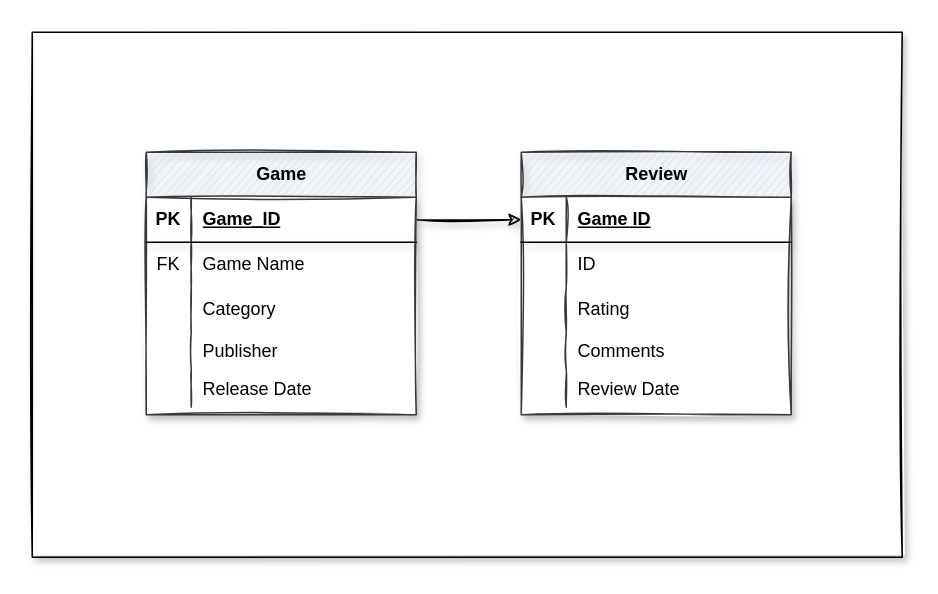
Above: Appendix/Untitled Diagram.drawio in S1cca/Project_QA (draw.io), before the change. Source tidied: cells renumbered, new cells numbered last; positions are measured from the earlier drawing's top-left corner, leaving out a move shared by most shapes. Both pictures are drawn from the tidied source at 150%, with x=0, y=0 at pixel (32, 32).
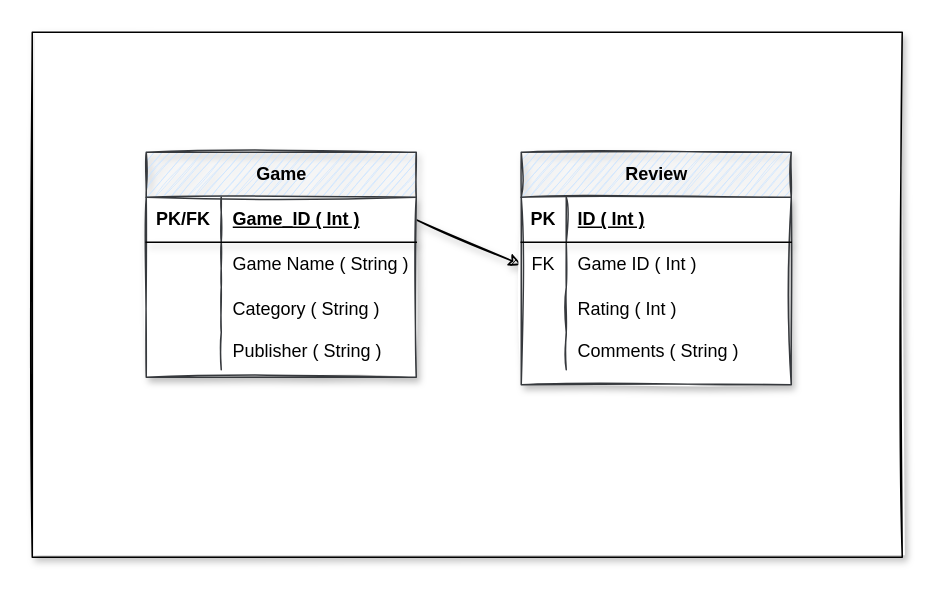
Above is the later version.

Unchanged cells that the change refers to:
```xml
<mxCell id="5" style="shape=tableRow;horizontal=0;startSize=0;swimlaneHead=0;swimlaneBody=0;fillColor=none;points=[[0,0.5],[1,0.5]];portConstraint=eastwest;top=0;left=0;right=0;bottom=1;shadow=1;labelBackgroundColor=none;labelBorderColor=none;fontColor=default;strokeColor=default;html=1;" parent="4" vertex="1">
  <mxGeometry y="30" width="180" height="30" as="geometry" />
</mxCell>
<mxCell id="8" style="shape=tableRow;horizontal=0;startSize=0;swimlaneHead=0;swimlaneBody=0;fillColor=none;top=0;left=0;right=0;bottom=0;shadow=1;labelBackgroundColor=none;labelBorderColor=none;fontColor=default;strokeColor=default;html=1;" parent="4" vertex="1">
  <mxGeometry y="60" width="180" height="30" as="geometry" />
</mxCell>
<mxCell id="11" style="shape=tableRow;horizontal=0;startSize=0;swimlaneHead=0;swimlaneBody=0;fillColor=none;top=0;left=0;right=0;bottom=0;shadow=1;labelBackgroundColor=none;labelBorderColor=none;fontColor=default;strokeColor=default;html=1;rounded=0;sketch=0;swimlaneFillColor=none;" parent="4" vertex="1">
  <mxGeometry y="90" width="180" height="30" as="geometry" />
</mxCell>
<mxCell id="14" style="shape=tableRow;horizontal=0;startSize=0;swimlaneHead=0;swimlaneBody=0;fillColor=none;top=0;left=0;right=0;bottom=0;shadow=1;labelBackgroundColor=none;labelBorderColor=none;fontColor=default;strokeColor=default;html=1;" parent="4" vertex="1">
  <mxGeometry y="120" width="180" height="25" as="geometry" />
</mxCell>
<mxCell id="21" style="shape=tableRow;horizontal=0;startSize=0;swimlaneHead=0;swimlaneBody=0;fillColor=none;points=[[0,0.5],[1,0.5]];portConstraint=eastwest;top=0;left=0;right=0;bottom=1;shadow=1;labelBackgroundColor=none;labelBorderColor=none;fontColor=default;strokeColor=default;html=1;" parent="20" vertex="1">
  <mxGeometry y="30" width="180" height="30" as="geometry" />
</mxCell>
<mxCell id="24" style="shape=tableRow;horizontal=0;startSize=0;swimlaneHead=0;swimlaneBody=0;fillColor=none;points=[[0,0.5],[1,0.5]];portConstraint=eastwest;top=0;left=0;right=0;bottom=0;shadow=1;labelBackgroundColor=none;labelBorderColor=none;fontColor=default;strokeColor=default;html=1;" parent="20" vertex="1">
  <mxGeometry y="60" width="180" height="30" as="geometry" />
</mxCell>
<mxCell id="27" style="shape=tableRow;horizontal=0;startSize=0;swimlaneHead=0;swimlaneBody=0;fillColor=none;top=0;left=0;right=0;bottom=0;shadow=1;labelBackgroundColor=none;labelBorderColor=none;fontColor=default;strokeColor=default;html=1;rounded=0;sketch=0;swimlaneFillColor=none;" parent="20" vertex="1">
  <mxGeometry y="90" width="180" height="30" as="geometry" />
</mxCell>
<mxCell id="30" style="shape=tableRow;horizontal=0;startSize=0;swimlaneHead=0;swimlaneBody=0;fillColor=none;top=0;left=0;right=0;bottom=0;shadow=1;labelBackgroundColor=none;labelBorderColor=none;fontColor=default;strokeColor=default;html=1;" parent="20" vertex="1">
  <mxGeometry y="120" width="180" height="25" as="geometry" />
</mxCell>
```

What changed in the source:
```diff
@@
-    <mxCell id="3" style="endArrow=classic;rounded=0;exitX=1;exitY=0.5;exitDx=0;exitDy=0;entryX=0;entryY=0.5;entryDx=0;entryDy=0;sketch=1;shadow=1;labelBackgroundColor=none;labelBorderColor=none;fontColor=default;verticalAlign=middle;html=1;snapToPoint=0;swimlaneLine=1;" parent="1" edge="1" source="5" target="21">
+    <mxCell id="3" style="endArrow=classic;rounded=0;exitX=1;exitY=0.5;exitDx=0;exitDy=0;entryX=0;entryY=0.5;entryDx=0;entryDy=0;sketch=1;shadow=1;labelBackgroundColor=none;labelBorderColor=none;fontColor=default;verticalAlign=middle;html=1;snapToPoint=0;swimlaneLine=1;" parent="1" edge="1" source="5" target="24">
       <mxGeometry relative="1" as="geometry" />
     </mxCell>
     <mxCell id="4" value="Game" style="shape=table;startSize=30;childLayout=tableLayout;rowLines=0;fontStyle=1;align=center;shadow=1;labelBackgroundColor=none;labelBorderColor=none;strokeColor=#36393d;fillColor=#cce5ff;html=1;swimlaneFillColor=default;sketch=1;" parent="1" vertex="1">
-      <mxGeometry x="76" y="80" width="180" height="175" as="geometry" />
+      <mxGeometry x="76" y="80" width="180" height="150" as="geometry" />
     </mxCell>
@@
-    <mxCell id="6" value="PK" style="shape=partialRectangle;fillColor=none;top=0;left=0;bottom=0;right=0;fontStyle=1;overflow=hidden;shadow=1;labelBackgroundColor=none;labelBorderColor=none;fontColor=default;strokeColor=default;html=1;" parent="5" vertex="1">
-      <mxGeometry width="30" height="30" as="geometry" />
+    <mxCell id="6" value="PK/FK" style="shape=partialRectangle;fillColor=none;top=0;left=0;bottom=0;right=0;fontStyle=1;overflow=hidden;shadow=1;labelBackgroundColor=none;labelBorderColor=none;fontColor=default;strokeColor=default;html=1;" parent="5" vertex="1">
+      <mxGeometry width="50" height="30" as="geometry" />
     </mxCell>
-    <mxCell id="7" value="Game_ID" style="shape=partialRectangle;fillColor=none;top=0;left=0;bottom=0;right=0;align=left;spacingLeft=6;fontStyle=5;overflow=hidden;shadow=1;labelBackgroundColor=none;labelBorderColor=none;fontColor=default;strokeColor=default;html=1;" parent="5" vertex="1">
-      <mxGeometry x="30" width="150" height="30" as="geometry" />
+    <mxCell id="7" value="Game_ID ( Int )" style="shape=partialRectangle;fillColor=none;top=0;left=0;bottom=0;right=0;align=left;spacingLeft=6;fontStyle=5;overflow=hidden;shadow=1;labelBackgroundColor=none;labelBorderColor=none;fontColor=default;strokeColor=default;html=1;" parent="5" vertex="1">
+      <mxGeometry x="50" width="130" height="30" as="geometry" />
     </mxCell>
@@
-    <mxCell id="9" value="FK" style="shape=partialRectangle;fillColor=none;top=0;left=0;bottom=0;right=0;overflow=hidden;shadow=1;labelBackgroundColor=none;labelBorderColor=none;fontColor=default;strokeColor=default;html=1;" parent="8" vertex="1">
-      <mxGeometry width="30" height="30" as="geometry" />
+    <mxCell id="9" style="shape=partialRectangle;fillColor=none;top=0;left=0;bottom=0;right=0;overflow=hidden;shadow=1;labelBackgroundColor=none;labelBorderColor=none;fontColor=default;strokeColor=default;html=1;" parent="8" vertex="1">
+      <mxGeometry width="50" height="30" as="geometry" />
     </mxCell>
-    <mxCell id="10" value="Game Name" style="shape=partialRectangle;fillColor=none;top=0;left=0;bottom=0;right=0;align=left;spacingLeft=6;overflow=hidden;shadow=1;labelBackgroundColor=none;labelBorderColor=none;fontColor=default;strokeColor=default;html=1;" parent="8" vertex="1">
-      <mxGeometry x="30" width="150" height="30" as="geometry" />
+    <mxCell id="10" value="Game Name ( String )" style="shape=partialRectangle;fillColor=none;top=0;left=0;bottom=0;right=0;align=left;spacingLeft=6;overflow=hidden;shadow=1;labelBackgroundColor=none;labelBorderColor=none;fontColor=default;strokeColor=default;html=1;" parent="8" vertex="1">
+      <mxGeometry x="50" width="130" height="30" as="geometry" />
     </mxCell>
@@
     <mxCell id="12" style="shape=partialRectangle;fillColor=none;top=0;left=0;bottom=0;right=0;overflow=hidden;shadow=1;labelBackgroundColor=none;labelBorderColor=none;fontColor=default;strokeColor=default;html=1;" parent="11" vertex="1">
-      <mxGeometry width="30" height="30" as="geometry" />
+      <mxGeometry width="50" height="30" as="geometry" />
     </mxCell>
-    <mxCell id="13" value="Category" style="shape=partialRectangle;fillColor=none;top=0;left=0;bottom=0;right=0;align=left;spacingLeft=6;overflow=hidden;shadow=1;labelBackgroundColor=none;labelBorderColor=none;fontColor=default;strokeColor=default;html=1;" parent="11" vertex="1">
-      <mxGeometry x="30" width="150" height="30" as="geometry" />
+    <mxCell id="13" value="Category ( String )" style="shape=partialRectangle;fillColor=none;top=0;left=0;bottom=0;right=0;align=left;spacingLeft=6;overflow=hidden;shadow=1;labelBackgroundColor=none;labelBorderColor=none;fontColor=default;strokeColor=default;html=1;" parent="11" vertex="1">
+      <mxGeometry x="50" width="130" height="30" as="geometry" />
     </mxCell>
@@
     <mxCell id="15" style="shape=partialRectangle;fillColor=none;top=0;left=0;bottom=0;right=0;overflow=hidden;shadow=1;labelBackgroundColor=none;labelBorderColor=none;fontColor=default;strokeColor=default;html=1;" parent="14" vertex="1">
-      <mxGeometry width="30" height="25" as="geometry" />
+      <mxGeometry width="50" height="25" as="geometry" />
     </mxCell>
-    <mxCell id="16" value="Publisher" style="shape=partialRectangle;fillColor=none;top=0;left=0;bottom=0;right=0;align=left;spacingLeft=6;overflow=hidden;shadow=1;labelBackgroundColor=none;labelBorderColor=none;fontColor=default;strokeColor=default;html=1;" parent="14" vertex="1">
-      <mxGeometry x="30" width="150" height="25" as="geometry" />
+    <mxCell id="16" value="Publisher ( String )" style="shape=partialRectangle;fillColor=none;top=0;left=0;bottom=0;right=0;align=left;spacingLeft=6;overflow=hidden;shadow=1;labelBackgroundColor=none;labelBorderColor=none;fontColor=default;strokeColor=default;html=1;" parent="14" vertex="1">
+      <mxGeometry x="50" width="130" height="25" as="geometry" />
     </mxCell>
-    <mxCell id="17" style="shape=tableRow;horizontal=0;startSize=0;swimlaneHead=0;swimlaneBody=0;fillColor=none;top=0;left=0;right=0;bottom=0;shadow=1;labelBackgroundColor=none;labelBorderColor=none;fontColor=default;strokeColor=default;html=1;" parent="4" vertex="1">
-      <mxGeometry y="145" width="180" height="25" as="geometry" />
-    </mxCell>
-    <mxCell id="18" style="shape=partialRectangle;fillColor=none;top=0;left=0;bottom=0;right=0;overflow=hidden;shadow=1;labelBackgroundColor=none;labelBorderColor=none;fontColor=default;strokeColor=default;html=1;" parent="17" vertex="1">
-      <mxGeometry width="30" height="25" as="geometry" />
-    </mxCell>
-    <mxCell id="19" value="Release Date" style="shape=partialRectangle;fillColor=none;top=0;left=0;bottom=0;right=0;align=left;spacingLeft=6;overflow=hidden;shadow=1;labelBackgroundColor=none;labelBorderColor=none;fontColor=default;strokeColor=default;html=1;" parent="17" vertex="1">
-      <mxGeometry x="30" width="150" height="25" as="geometry" />
-    </mxCell>
     <mxCell id="20" value="Review" style="shape=table;startSize=30;childLayout=tableLayout;rowLines=0;fontStyle=1;align=center;shadow=1;labelBackgroundColor=none;labelBorderColor=none;strokeColor=#36393d;fillColor=#cce5ff;html=1;swimlaneFillColor=default;sketch=1;" parent="1" vertex="1">
-      <mxGeometry x="326" y="80" width="180" height="175" as="geometry" />
+      <mxGeometry x="326" y="80" width="180" height="155" as="geometry" />
     </mxCell>
@@
-    <mxCell id="23" value="Game ID" style="shape=partialRectangle;fillColor=none;top=0;left=0;bottom=0;right=0;align=left;spacingLeft=6;fontStyle=5;overflow=hidden;shadow=1;labelBackgroundColor=none;labelBorderColor=none;fontColor=default;strokeColor=default;html=1;" parent="21" vertex="1">
+    <mxCell id="23" value="ID ( Int )" style="shape=partialRectangle;fillColor=none;top=0;left=0;bottom=0;right=0;align=left;spacingLeft=6;fontStyle=5;overflow=hidden;shadow=1;labelBackgroundColor=none;labelBorderColor=none;fontColor=default;strokeColor=default;html=1;" parent="21" vertex="1">
       <mxGeometry x="30" width="150" height="30" as="geometry" />
     </mxCell>
@@
-    <mxCell id="25" style="shape=partialRectangle;fillColor=none;top=0;left=0;bottom=0;right=0;overflow=hidden;shadow=1;labelBackgroundColor=none;labelBorderColor=none;fontColor=default;strokeColor=default;html=1;sketch=1;" parent="24" vertex="1">
+    <mxCell id="25" value="FK" style="shape=partialRectangle;fillColor=none;top=0;left=0;bottom=0;right=0;overflow=hidden;shadow=1;labelBackgroundColor=none;labelBorderColor=none;fontColor=default;strokeColor=default;html=1;sketch=1;" parent="24" vertex="1">
       <mxGeometry width="30" height="30" as="geometry" />
     </mxCell>
-    <mxCell id="26" value="ID&amp;nbsp;" style="shape=partialRectangle;fillColor=none;top=0;left=0;bottom=0;right=0;align=left;spacingLeft=6;overflow=hidden;shadow=1;labelBackgroundColor=none;labelBorderColor=none;fontColor=default;strokeColor=default;html=1;" parent="24" vertex="1">
+    <mxCell id="26" value="Game ID ( Int )" style="shape=partialRectangle;fillColor=none;top=0;left=0;bottom=0;right=0;align=left;spacingLeft=6;overflow=hidden;shadow=1;labelBackgroundColor=none;labelBorderColor=none;fontColor=default;strokeColor=default;html=1;" parent="24" vertex="1">
       <mxGeometry x="30" width="150" height="30" as="geometry" />
     </mxCell>
@@
-    <mxCell id="29" value="Rating" style="shape=partialRectangle;fillColor=none;top=0;left=0;bottom=0;right=0;align=left;spacingLeft=6;overflow=hidden;shadow=1;labelBackgroundColor=none;labelBorderColor=none;fontColor=default;strokeColor=default;html=1;" parent="27" vertex="1">
+    <mxCell id="29" value="Rating ( Int )" style="shape=partialRectangle;fillColor=none;top=0;left=0;bottom=0;right=0;align=left;spacingLeft=6;overflow=hidden;shadow=1;labelBackgroundColor=none;labelBorderColor=none;fontColor=default;strokeColor=default;html=1;" parent="27" vertex="1">
       <mxGeometry x="30" width="150" height="30" as="geometry" />
     </mxCell>
@@
-    <mxCell id="32" value="Comments" style="shape=partialRectangle;fillColor=none;top=0;left=0;bottom=0;right=0;align=left;spacingLeft=6;overflow=hidden;shadow=1;labelBackgroundColor=none;labelBorderColor=none;fontColor=default;strokeColor=default;html=1;" parent="30" vertex="1">
+    <mxCell id="32" value="Comments ( String )" style="shape=partialRectangle;fillColor=none;top=0;left=0;bottom=0;right=0;align=left;spacingLeft=6;overflow=hidden;shadow=1;labelBackgroundColor=none;labelBorderColor=none;fontColor=default;strokeColor=default;html=1;" parent="30" vertex="1">
       <mxGeometry x="30" width="150" height="25" as="geometry" />
     </mxCell>
-    <mxCell id="33" style="shape=tableRow;horizontal=0;startSize=0;swimlaneHead=0;swimlaneBody=0;fillColor=none;top=0;left=0;right=0;bottom=0;shadow=1;labelBackgroundColor=none;labelBorderColor=none;fontColor=default;strokeColor=default;html=1;" parent="20" vertex="1">
-      <mxGeometry y="145" width="180" height="25" as="geometry" />
-    </mxCell>
-    <mxCell id="34" style="shape=partialRectangle;fillColor=none;top=0;left=0;bottom=0;right=0;overflow=hidden;shadow=1;labelBackgroundColor=none;labelBorderColor=none;fontColor=default;strokeColor=default;html=1;" parent="33" vertex="1">
-      <mxGeometry width="30" height="25" as="geometry" />
-    </mxCell>
-    <mxCell id="35" value="Review Date" style="shape=partialRectangle;fillColor=none;top=0;left=0;bottom=0;right=0;align=left;spacingLeft=6;overflow=hidden;shadow=1;labelBackgroundColor=none;labelBorderColor=none;fontColor=default;strokeColor=default;html=1;" parent="33" vertex="1">
-      <mxGeometry x="30" width="150" height="25" as="geometry" />
-    </mxCell>
```
